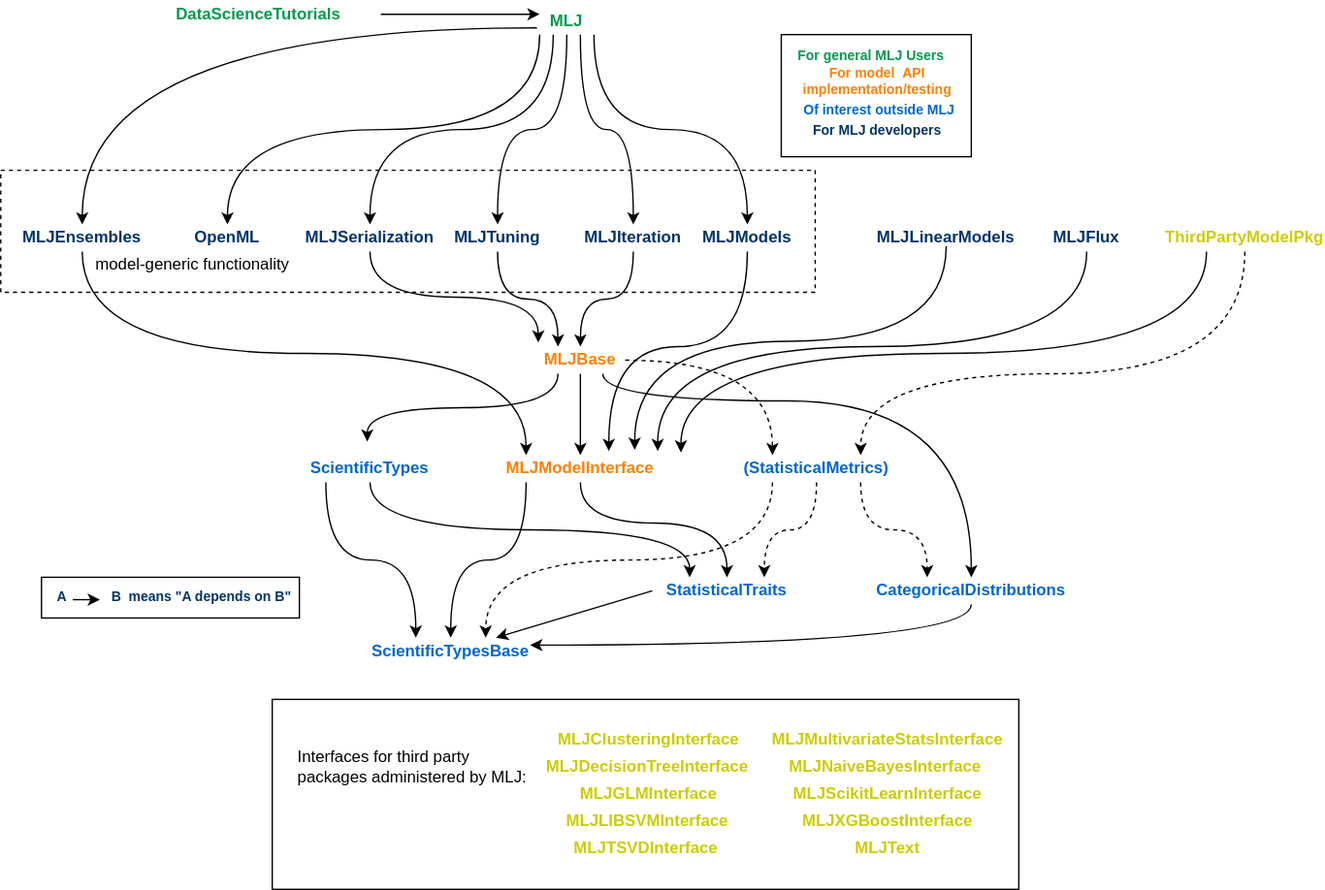
Above: material/MLJ_stack.svg in JuliaAI/MLJ.jl (draw.io), before the change. Source tidied: cells renumbered, new cells last; positions are measured from the earlier drawing's top-left corner, leaving out a move shared by most shapes.
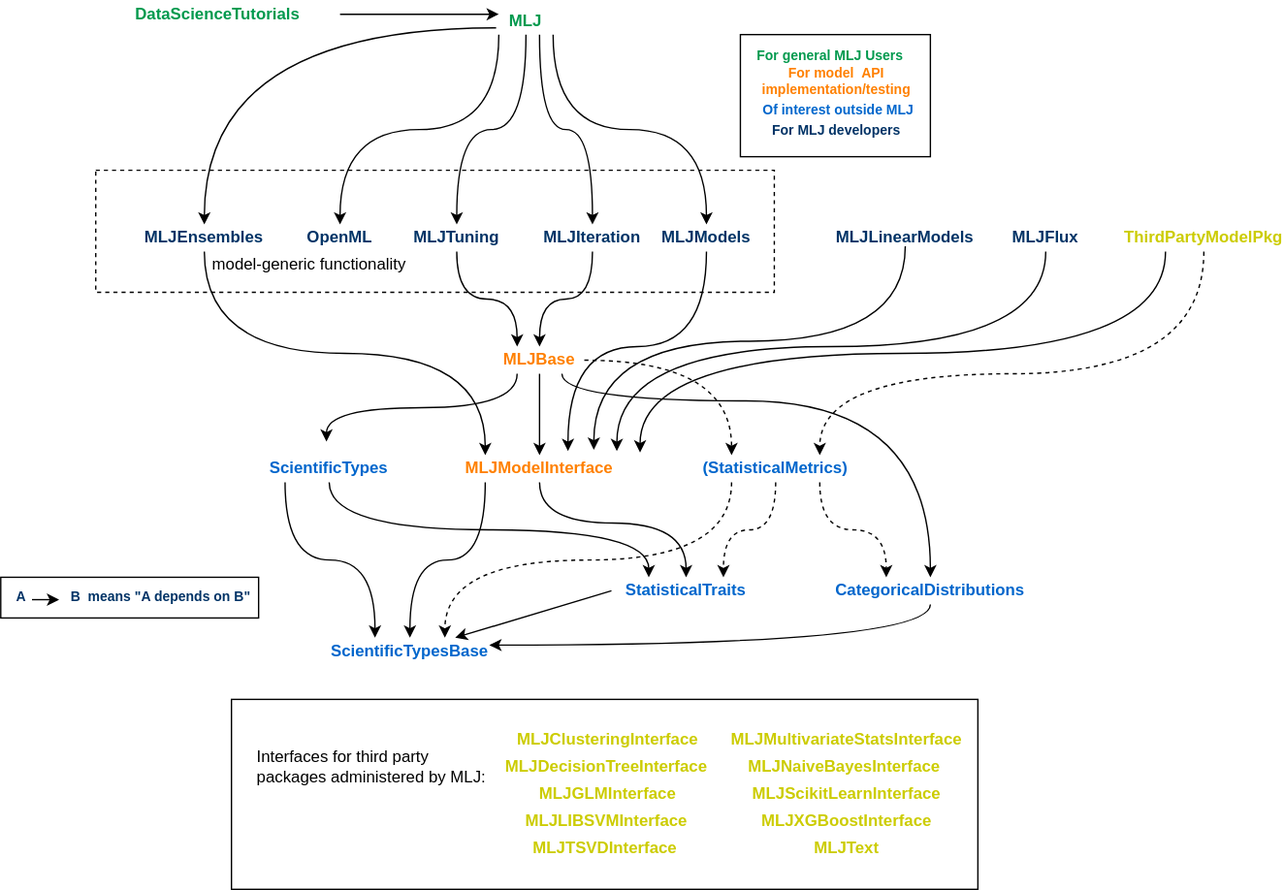
After the change.

Commit message:
remove MLJSerialization from dependency diagram appearing on readme

Diff of the diagram source:
```diff
@@ -6,7 +6,7 @@
       <mxGeometry x="200" y="515" width="550" height="140" as="geometry" />
     </mxCell>
     <mxCell id="3" style="rounded=0;whiteSpace=wrap;html=1;fillColor=none;dashed=1;strokeColor=#000000;" parent="1" vertex="1">
-      <mxGeometry y="125" width="600" height="90" as="geometry" />
+      <mxGeometry x="100" y="125" width="500" height="90" as="geometry" />
     </mxCell>
     <mxCell id="4" value="&lt;b&gt;&lt;font color=&quot;#ff8000&quot;&gt;MLJModelInterface&lt;/font&gt;&lt;/b&gt;" style="text;html=1;strokeColor=none;fillColor=none;align=center;verticalAlign=middle;whiteSpace=wrap;rounded=0;comic=1;" parent="1" vertex="1">
       <mxGeometry x="347" y="335" width="160" height="20" as="geometry" />
@@ -96,9 +96,6 @@
     <mxCell id="26" style="edgeStyle=orthogonalEdgeStyle;curved=1;rounded=0;jettySize=auto;html=1;exitX=0;exitY=1;exitDx=0;exitDy=0;entryX=0.5;entryY=0;entryDx=0;entryDy=0;" parent="1" edge="1" source="28" target="59">
       <mxGeometry relative="1" as="geometry" />
     </mxCell>
-    <mxCell id="27" style="edgeStyle=orthogonalEdgeStyle;curved=1;rounded=0;jettySize=auto;html=1;exitX=0.25;exitY=1;exitDx=0;exitDy=0;" parent="1" edge="1" source="28" target="61">
-      <mxGeometry relative="1" as="geometry" />
-    </mxCell>
     <mxCell id="28" value="&lt;b&gt;&lt;font color=&quot;#00994d&quot;&gt;MLJ&lt;/font&gt;&lt;/b&gt;" style="text;html=1;strokeColor=none;fillColor=none;align=center;verticalAlign=middle;whiteSpace=wrap;rounded=0;comic=1;" parent="1" vertex="1">
       <mxGeometry x="397" y="5" width="40" height="20" as="geometry" />
     </mxCell>
@@ -118,7 +115,7 @@
       <mxGeometry relative="1" as="geometry" />
     </mxCell>
     <mxCell id="34" value="&lt;b&gt;&lt;font color=&quot;#003366&quot;&gt;MLJEnsembles&lt;/font&gt;&lt;/b&gt;" style="text;html=1;strokeColor=none;fillColor=none;align=center;verticalAlign=middle;whiteSpace=wrap;rounded=0;comic=1;" parent="1" vertex="1">
-      <mxGeometry x="20" y="165" width="80" height="20" as="geometry" />
+      <mxGeometry x="140" y="165" width="80" height="20" as="geometry" />
     </mxCell>
     <mxCell id="35" style="edgeStyle=orthogonalEdgeStyle;curved=1;rounded=0;jettySize=auto;html=1;exitX=1;exitY=0.5;exitDx=0;exitDy=0;entryX=0;entryY=0.25;entryDx=0;entryDy=0;" parent="1" edge="1" source="36" target="28">
       <mxGeometry relative="1" as="geometry" />
@@ -138,7 +135,7 @@
       <mxGeometry x="750" y="165" width="100" height="20" as="geometry" />
     </mxCell>
     <mxCell id="39" value="model-generic functionality" style="text;html=1;align=center;verticalAlign=middle;" parent="1" vertex="1">
-      <mxGeometry x="61" y="185" width="160" height="20" as="geometry" />
+      <mxGeometry x="177" y="185" width="160" height="20" as="geometry" />
     </mxCell>
     <mxCell id="40" style="group;" parent="1" vertex="1">
       <mxGeometry x="30" y="425" width="190" height="30" as="geometry" />
@@ -211,16 +208,8 @@
       <mxGeometry x="500" y="165" width="100" height="20" as="geometry" />
     </mxCell>
     <mxCell id="59" value="&lt;b&gt;&lt;font color=&quot;#003366&quot;&gt;OpenML&lt;br&gt;&lt;/font&gt;&lt;/b&gt;" style="text;html=1;strokeColor=none;fillColor=none;align=center;verticalAlign=middle;whiteSpace=wrap;rounded=0;comic=1;" parent="1" vertex="1">
-      <mxGeometry x="127" y="165" width="80" height="20" as="geometry" />
+      <mxGeometry x="240" y="165" width="80" height="20" as="geometry" />
     </mxCell>
-    <mxCell id="60" style="edgeStyle=orthogonalEdgeStyle;curved=1;rounded=0;jettySize=auto;html=1;exitX=0.5;exitY=1;exitDx=0;exitDy=0;" parent="1" edge="1" source="61">
-      <mxGeometry relative="1" as="geometry">
-        <mxPoint x="396" y="252" as="targetPoint" />
-      </mxGeometry>
-    </mxCell>
-    <mxCell id="61" value="&lt;b&gt;&lt;font color=&quot;#003366&quot;&gt;MLJSerialization&lt;br&gt;&lt;/font&gt;&lt;/b&gt;" style="text;html=1;strokeColor=none;fillColor=none;align=center;verticalAlign=middle;whiteSpace=wrap;rounded=0;comic=1;" parent="1" vertex="1">
-      <mxGeometry x="232" y="165" width="80" height="20" as="geometry" />
-    </mxCell>
     <mxCell id="62" value="&lt;font color=&quot;#cccc00&quot;&gt;&lt;b&gt;MLJClusteringInterface&lt;/b&gt;&lt;/font&gt;" style="text;html=1;strokeColor=none;fillColor=none;align=center;verticalAlign=middle;whiteSpace=wrap;rounded=0;comic=1;" parent="1" vertex="1">
       <mxGeometry x="420.5" y="535" width="113" height="20" as="geometry" />
     </mxCell>
```
